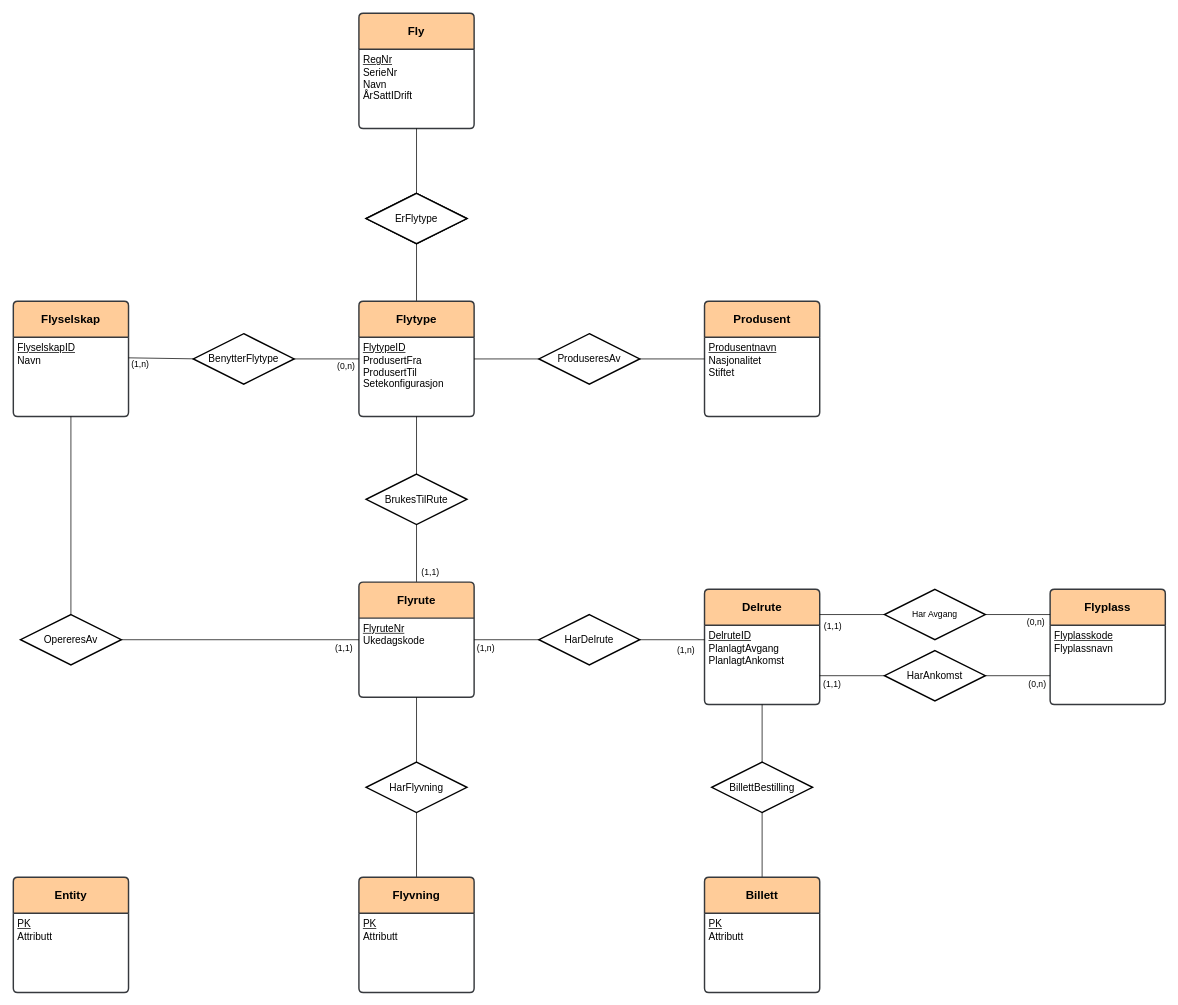
EinarJohannes/TDT4145_project keeps this draw.io diagram as ER-modell_2.drawio. Above is the earlier version. Source tidied: cells renumbered, new cells numbered last; positions are measured from the earlier drawing's top-left corner, leaving out a move shared by most shapes. Both pictures are drawn from the tidied source at 72%, with x=0, y=0 at pixel (13, 13).
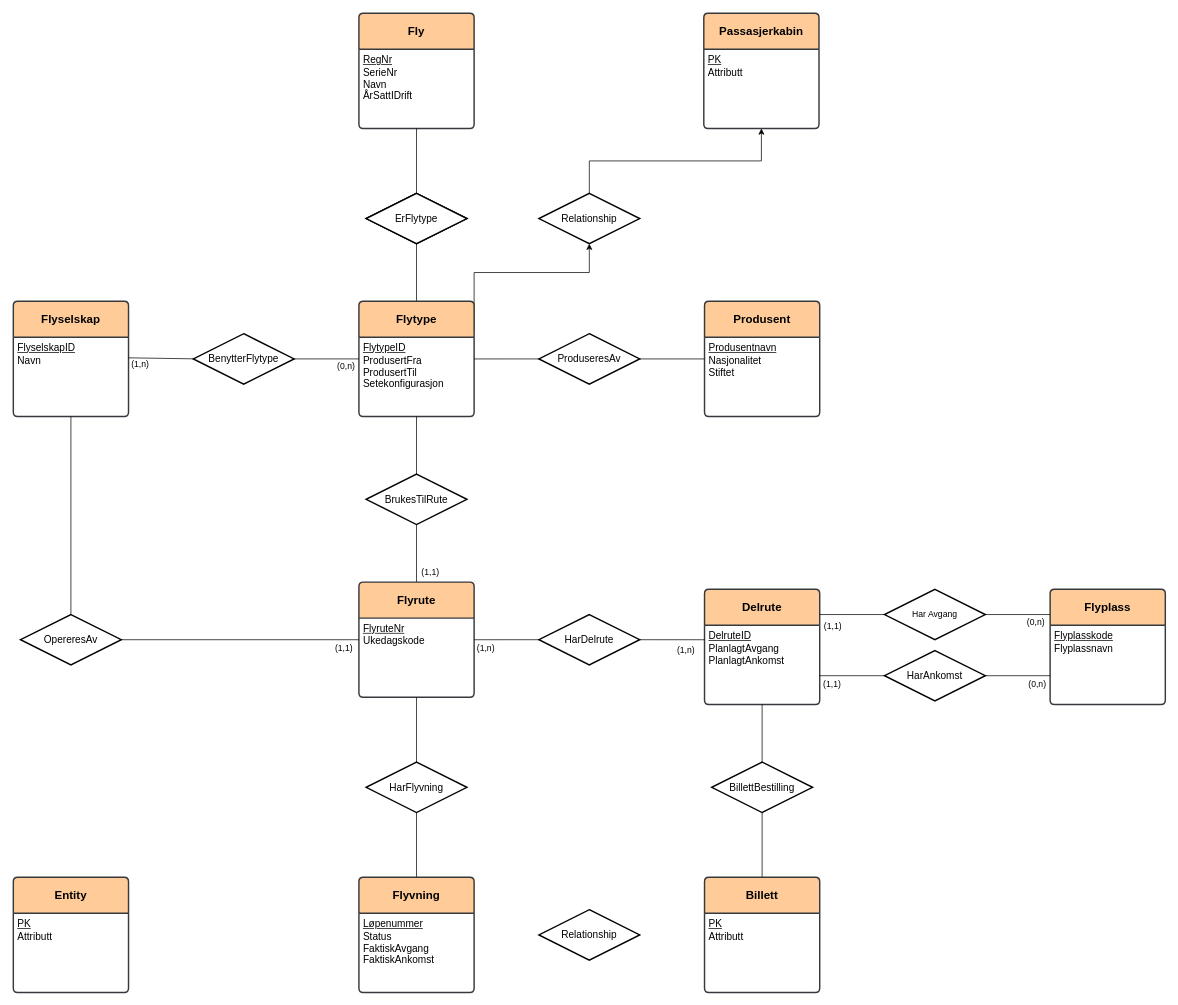
Above is the later version.

Commit message (it also covers changes not shown here):
Pushet små endringer i ER modellen

The change refers to these unchanged cells:
```xml
<mxCell id="5" value="&lt;font style=&quot;font-size: 16px;&quot;&gt;&lt;b style=&quot;&quot;&gt;Flytype&lt;/b&gt;&lt;/font&gt;" style="swimlane;horizontal=1;startSize=50;rounded=1;fontSize=14;fontStyle=0;strokeWidth=2;shadow=0;dashed=0;align=center;arcSize=4;whiteSpace=wrap;html=1;fillColor=#ffcc99;strokeColor=#36393d;" parent="1" vertex="1">
  <mxGeometry x="480" y="400" width="160" height="160" as="geometry" />
</mxCell>
<mxCell id="59" value="&lt;font style=&quot;font-size: 16px;&quot;&gt;&lt;b style=&quot;&quot;&gt;Flyvning&lt;/b&gt;&lt;/font&gt;" style="swimlane;horizontal=1;startSize=50;rounded=1;fontSize=14;fontStyle=0;strokeWidth=2;shadow=0;dashed=0;align=center;arcSize=4;whiteSpace=wrap;html=1;fillColor=#ffcc99;strokeColor=#36393d;" parent="1" vertex="1">
  <mxGeometry x="480" y="1200" width="160" height="160" as="geometry" />
</mxCell>
```

Diff of the diagram source:
```diff
@@
+    <mxCell id="63" style="edgeStyle=orthogonalEdgeStyle;html=1;exitX=1;exitY=0.25;exitDx=0;exitDy=0;entryX=0.5;entryY=1;entryDx=0;entryDy=0;rounded=0;curved=0;" parent="1" edge="1" source="5" target="67">
+      <mxGeometry relative="1" as="geometry">
+        <Array as="points">
+          <mxPoint x="640" y="360" />
+          <mxPoint x="800" y="360" />
+        </Array>
+      </mxGeometry>
+    </mxCell>
@@
-    <mxCell id="60" value="&lt;div style=&quot;&quot;&gt;&lt;u style=&quot;background-color: transparent;&quot;&gt;&lt;font style=&quot;font-size: 14px;&quot;&gt;PK&lt;/font&gt;&lt;/u&gt;&lt;/div&gt;&lt;div style=&quot;&quot;&gt;&lt;font style=&quot;font-size: 14px;&quot;&gt;Attributt&lt;/font&gt;&lt;/div&gt;" style="align=left;strokeColor=none;fillColor=none;spacingLeft=4;fontSize=12;verticalAlign=top;html=1;" parent="59" vertex="1">
+    <mxCell id="60" value="&lt;div style=&quot;&quot;&gt;&lt;span style=&quot;font-size: 14px;&quot;&gt;&lt;u&gt;Løpenummer&lt;/u&gt;&lt;/span&gt;&lt;/div&gt;&lt;div style=&quot;&quot;&gt;&lt;span style=&quot;font-size: 14px;&quot;&gt;Status&lt;/span&gt;&lt;/div&gt;&lt;div style=&quot;&quot;&gt;&lt;span style=&quot;font-size: 14px;&quot;&gt;FaktiskAvgang&lt;/span&gt;&lt;/div&gt;&lt;div style=&quot;&quot;&gt;&lt;span style=&quot;font-size: 14px;&quot;&gt;FaktiskAnkomst&lt;/span&gt;&lt;/div&gt;" style="align=left;strokeColor=none;fillColor=none;spacingLeft=4;fontSize=12;verticalAlign=top;html=1;" parent="59" vertex="1">
       <mxGeometry y="50" width="160" height="110" as="geometry" />
     </mxCell>
@@
+    <mxCell id="64" value="&lt;font style=&quot;font-size: 16px;&quot;&gt;&lt;b style=&quot;&quot;&gt;Passasjerkabin&lt;/b&gt;&lt;/font&gt;" style="swimlane;horizontal=1;startSize=50;rounded=1;fontSize=14;fontStyle=0;strokeWidth=2;shadow=0;dashed=0;align=center;arcSize=4;whiteSpace=wrap;html=1;fillColor=#ffcc99;strokeColor=#36393d;" parent="1" vertex="1">
+      <mxGeometry x="959" width="160" height="160" as="geometry" />
+    </mxCell>
+    <mxCell id="65" value="&lt;div style=&quot;&quot;&gt;&lt;u style=&quot;background-color: transparent;&quot;&gt;&lt;font style=&quot;font-size: 14px;&quot;&gt;PK&lt;/font&gt;&lt;/u&gt;&lt;/div&gt;&lt;div style=&quot;&quot;&gt;&lt;font style=&quot;font-size: 14px;&quot;&gt;Attributt&lt;/font&gt;&lt;/div&gt;" style="align=left;strokeColor=none;fillColor=none;spacingLeft=4;fontSize=12;verticalAlign=top;html=1;" parent="64" vertex="1">
+      <mxGeometry y="50" width="160" height="110" as="geometry" />
+    </mxCell>
+    <mxCell id="66" style="edgeStyle=orthogonalEdgeStyle;html=1;exitX=0.5;exitY=0;exitDx=0;exitDy=0;entryX=0.5;entryY=1;entryDx=0;entryDy=0;rounded=0;curved=0;" parent="1" edge="1" source="67" target="65">
+      <mxGeometry relative="1" as="geometry" />
+    </mxCell>
+    <mxCell id="67" value="&lt;font style=&quot;font-size: 14px;&quot;&gt;Relationship&lt;/font&gt;" style="shape=rhombus;perimeter=rhombusPerimeter;whiteSpace=wrap;html=1;align=center;strokeWidth=2;" parent="1" vertex="1">
+      <mxGeometry x="730" y="250" width="140" height="70" as="geometry" />
+    </mxCell>
+    <mxCell id="68" value="&lt;font style=&quot;font-size: 14px;&quot;&gt;Relationship&lt;/font&gt;" style="shape=rhombus;perimeter=rhombusPerimeter;whiteSpace=wrap;html=1;align=center;strokeWidth=2;" parent="1" vertex="1">
+      <mxGeometry x="730" y="1245" width="140" height="70" as="geometry" />
+    </mxCell>
```
